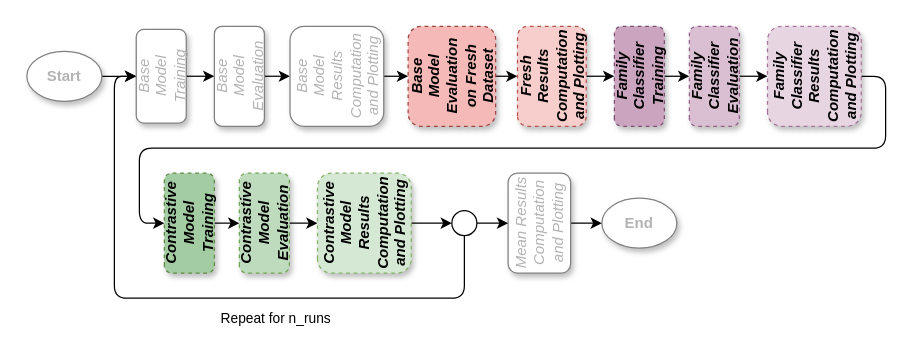
Above: page "workflow_fresh_dataset" (3 of 18) of Thesis/images/workflow.drawio in cmikke97/Thesis (draw.io), before the change. Source tidied: cells renumbered, new cells numbered last; positions are measured from the earlier drawing's top-left corner, leaving out a move shared by most shapes. Both pictures are drawn from the tidied source at 125%, with x=0, y=0 at pixel (26, 29).
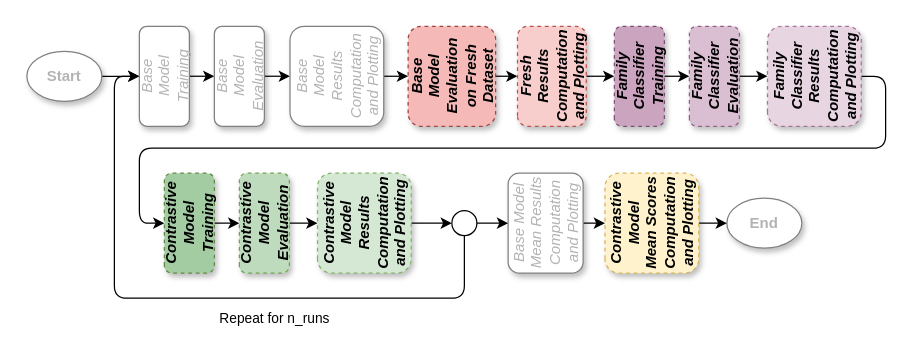
The same page after the edit.

The change refers to these unchanged cells:
```xml
<mxCell id="32" style="ellipse;whiteSpace=wrap;html=1;" parent="1" vertex="1">
  <mxGeometry x="340" y="145" width="20" height="20" as="geometry" />
</mxCell>
```

What changed in the source:
```diff
@@
-    <mxCell id="3" value="Start" style="ellipse;whiteSpace=wrap;html=1;shadow=1;fontStyle=1;fillColor=#FFFFFF;strokeColor=#808080;fontColor=#B3B3B3;" parent="1" vertex="1">
+    <mxCell id="3" value="Start" style="ellipse;whiteSpace=wrap;html=1;shadow=1;fontStyle=1;fontColor=#B3B3B3;fillColor=#FFFFFF;strokeColor=#808080;" parent="1" vertex="1">
       <mxGeometry y="17.5" width="60" height="40" as="geometry" />
     </mxCell>
-    <mxCell id="4" value="End" style="ellipse;whiteSpace=wrap;html=1;shadow=1;fontStyle=1;fillColor=#FFFFFF;strokeColor=#808080;fontColor=#B3B3B3;" parent="1" vertex="1">
-      <mxGeometry x="460" y="135" width="60" height="40" as="geometry" />
+    <mxCell id="4" value="End" style="ellipse;whiteSpace=wrap;html=1;shadow=1;fontStyle=1;fontColor=#B3B3B3;fillColor=#FFFFFF;strokeColor=#808080;" parent="1" vertex="1">
+      <mxGeometry x="560" y="135" width="60" height="40" as="geometry" />
     </mxCell>
@@
-    <mxCell id="6" value="Base&lt;br&gt;Model&lt;br&gt;Training" style="rounded=1;whiteSpace=wrap;html=1;shadow=1;sketch=0;fontStyle=2;rotation=-90;fillColor=#FFFFFF;strokeColor=#808080;fontColor=#B3B3B3;" parent="1" vertex="1">
-      <mxGeometry x="70" y="17.5" width="75" height="40" as="geometry" />
+    <mxCell id="6" value="Base&lt;br&gt;Model&lt;br&gt;Training" style="rounded=1;whiteSpace=wrap;html=1;shadow=1;sketch=0;fontStyle=2;rotation=-90;fontColor=#B3B3B3;fillColor=#FFFFFF;strokeColor=#808080;" parent="1" vertex="1">
+      <mxGeometry x="70" y="17.5" width="80" height="40" as="geometry" />
     </mxCell>
@@
-    <mxCell id="8" value="Base&lt;br&gt;Model&lt;br&gt;Evaluation" style="rounded=1;whiteSpace=wrap;html=1;shadow=1;sketch=0;fontStyle=2;rotation=-90;fillColor=#FFFFFF;strokeColor=#808080;fontColor=#B3B3B3;" parent="1" vertex="1">
+    <mxCell id="8" value="Base&lt;br&gt;Model&lt;br&gt;Evaluation" style="rounded=1;whiteSpace=wrap;html=1;shadow=1;sketch=0;fontStyle=2;rotation=-90;fontColor=#B3B3B3;fillColor=#FFFFFF;strokeColor=#808080;" parent="1" vertex="1">
       <mxGeometry x="130" y="17.5" width="80" height="40" as="geometry" />
     </mxCell>
@@
-    <mxCell id="10" value="Base&lt;br&gt;Model&lt;br&gt;Results&lt;br&gt;Computation&lt;br&gt;and Plotting" style="rounded=1;whiteSpace=wrap;html=1;shadow=1;sketch=0;fontStyle=2;rotation=-90;fillColor=#FFFFFF;strokeColor=#808080;fontColor=#B3B3B3;" parent="1" vertex="1">
+    <mxCell id="10" value="Base&lt;br&gt;Model&lt;br&gt;Results&lt;br&gt;Computation&lt;br&gt;and Plotting" style="rounded=1;whiteSpace=wrap;html=1;shadow=1;sketch=0;fontStyle=2;rotation=-90;fontColor=#B3B3B3;fillColor=#FFFFFF;strokeColor=#808080;" parent="1" vertex="1">
       <mxGeometry x="208" width="80" height="75" as="geometry" />
     </mxCell>
@@
-    <mxCell id="15" style="edgeStyle=orthogonalEdgeStyle;rounded=1;jettySize=auto;html=1;exitX=0.5;exitY=1;exitDx=0;exitDy=0;entryX=0;entryY=0.5;entryDx=0;entryDy=0;" parent="1" edge="1" source="16" target="4">
-      <mxGeometry relative="1" as="geometry" />
-    </mxCell>
-    <mxCell id="16" value="Mean Results&lt;br&gt;Computation&lt;br&gt;and Plotting" style="rounded=1;whiteSpace=wrap;html=1;shadow=1;sketch=0;fontStyle=2;rotation=-90;fillColor=#FFFFFF;strokeColor=#808080;fontColor=#B3B3B3;" parent="1" vertex="1">
-      <mxGeometry x="370" y="130" width="80" height="50" as="geometry" />
-    </mxCell>
+    <mxCell id="33" style="edgeStyle=orthogonalEdgeStyle;rounded=0;jettySize=auto;html=1;exitX=0.5;exitY=1;exitDx=0;exitDy=0;entryX=0.5;entryY=0;entryDx=0;entryDy=0;" parent="1" edge="1" source="34" target="37">
+      <mxGeometry relative="1" as="geometry" />
+    </mxCell>
+    <mxCell id="34" value="Base Model&lt;br&gt;Mean Results&lt;br&gt;Computation&lt;br&gt;and Plotting" style="rounded=1;whiteSpace=wrap;html=1;shadow=1;sketch=0;fontStyle=2;rotation=-90;fontColor=#B3B3B3;fillColor=#FFFFFF;strokeColor=#808080;" parent="1" vertex="1">
+      <mxGeometry x="375" y="125" width="80" height="60" as="geometry" />
+    </mxCell>
@@
-    <mxCell id="29" style="edgeStyle=orthogonalEdgeStyle;rounded=0;jettySize=auto;html=1;exitX=1;exitY=0.5;exitDx=0;exitDy=0;entryX=0.5;entryY=0;entryDx=0;entryDy=0;" parent="1" edge="1" source="32" target="16">
-      <mxGeometry relative="1" as="geometry" />
-    </mxCell>
+    <mxCell id="35" style="edgeStyle=orthogonalEdgeStyle;rounded=0;jettySize=auto;html=1;exitX=1;exitY=0.5;exitDx=0;exitDy=0;entryX=0.5;entryY=0;entryDx=0;entryDy=0;" parent="1" edge="1" source="32" target="34">
+      <mxGeometry relative="1" as="geometry" />
+    </mxCell>
@@
+    <mxCell id="36" style="edgeStyle=orthogonalEdgeStyle;rounded=0;jettySize=auto;html=1;exitX=0.5;exitY=1;exitDx=0;exitDy=0;entryX=0;entryY=0.5;entryDx=0;entryDy=0;" parent="1" edge="1" source="37" target="4">
+      <mxGeometry relative="1" as="geometry" />
+    </mxCell>
+    <mxCell id="37" value="Contrastive Model&lt;br&gt;Mean Scores&lt;br&gt;Computation&lt;br&gt;and Plotting" style="rounded=1;whiteSpace=wrap;html=1;shadow=1;sketch=0;fillColor=#fff2cc;strokeColor=#d6b656;fontStyle=3;rotation=-90;dashed=1;" parent="1" vertex="1">
+      <mxGeometry x="460" y="117.5" width="80" height="75" as="geometry" />
+    </mxCell>
```
